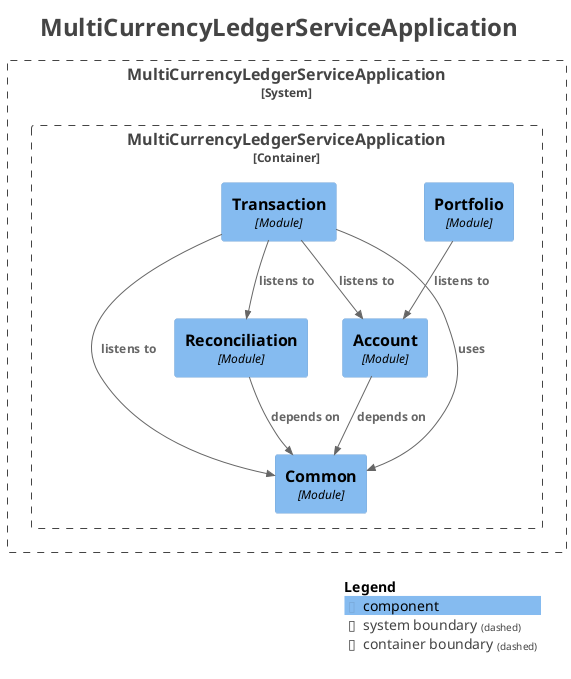
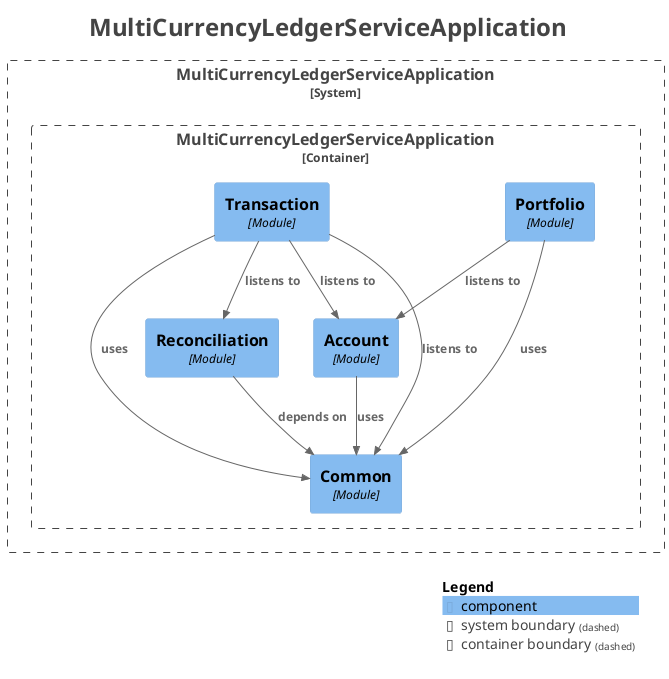
@startuml
title <size:24>MultiCurrencyLedgerServiceApplication</size>

set separator none
top to bottom direction

<style>
  root {
    BackgroundColor: #ffffff
    FontColor: #444444
  }
</style>

!include <C4/C4>
!include <C4/C4_Context>
!include <C4/C4_Component>

System_Boundary("MultiCurrencyLedgerServiceApplication_boundary", "MultiCurrencyLedgerServiceApplication", $tags="") {
  Container_Boundary("MultiCurrencyLedgerServiceApplication.MultiCurrencyLedgerServiceApplication_boundary", "MultiCurrencyLedgerServiceApplication", $tags="") {
    Component(MultiCurrencyLedgerServiceApplication.MultiCurrencyLedgerServiceApplication.Common, "Common", $techn="Module", $descr="", $tags="", $link="")
    Component(MultiCurrencyLedgerServiceApplication.MultiCurrencyLedgerServiceApplication.Account, "Account", $techn="Module", $descr="", $tags="", $link="")
    Component(MultiCurrencyLedgerServiceApplication.MultiCurrencyLedgerServiceApplication.Reconciliation, "Reconciliation", $techn="Module", $descr="", $tags="", $link="")
    Component(MultiCurrencyLedgerServiceApplication.MultiCurrencyLedgerServiceApplication.Portfolio, "Portfolio", $techn="Module", $descr="", $tags="", $link="")
    Component(MultiCurrencyLedgerServiceApplication.MultiCurrencyLedgerServiceApplication.Transaction, "Transaction", $techn="Module", $descr="", $tags="", $link="")
  }

}

+ Rel(MultiCurrencyLedgerServiceApplication.MultiCurrencyLedgerServiceApplication.Reconciliation, MultiCurrencyLedgerServiceApplication.MultiCurrencyLedgerServiceApplication.Common, "depends on", $techn="", $tags="", $link="")
+ Rel(MultiCurrencyLedgerServiceApplication.MultiCurrencyLedgerServiceApplication.Portfolio, MultiCurrencyLedgerServiceApplication.MultiCurrencyLedgerServiceApplication.Account, "listens to", $techn="", $tags="", $link="")
+ Rel(MultiCurrencyLedgerServiceApplication.MultiCurrencyLedgerServiceApplication.Portfolio, MultiCurrencyLedgerServiceApplication.MultiCurrencyLedgerServiceApplication.Common, "uses", $techn="", $tags="", $link="")
+ Rel(MultiCurrencyLedgerServiceApplication.MultiCurrencyLedgerServiceApplication.Transaction, MultiCurrencyLedgerServiceApplication.MultiCurrencyLedgerServiceApplication.Account, "listens to", $techn="", $tags="", $link="")
+ Rel(MultiCurrencyLedgerServiceApplication.MultiCurrencyLedgerServiceApplication.Transaction, MultiCurrencyLedgerServiceApplication.MultiCurrencyLedgerServiceApplication.Common, "listens to", $techn="", $tags="", $link="")
Rel(MultiCurrencyLedgerServiceApplication.MultiCurrencyLedgerServiceApplication.Transaction, MultiCurrencyLedgerServiceApplication.MultiCurrencyLedgerServiceApplication.Reconciliation, "listens to", $techn="", $tags="", $link="")
Rel(MultiCurrencyLedgerServiceApplication.MultiCurrencyLedgerServiceApplication.Transaction, MultiCurrencyLedgerServiceApplication.MultiCurrencyLedgerServiceApplication.Common, "uses", $techn="", $tags="", $link="")
- Rel(MultiCurrencyLedgerServiceApplication.MultiCurrencyLedgerServiceApplication.Account, MultiCurrencyLedgerServiceApplication.MultiCurrencyLedgerServiceApplication.Common, "depends on", $techn="", $tags="", $link="")
- Rel(MultiCurrencyLedgerServiceApplication.MultiCurrencyLedgerServiceApplication.Portfolio, MultiCurrencyLedgerServiceApplication.MultiCurrencyLedgerServiceApplication.Account, "listens to", $techn="", $tags="", $link="")
- Rel(MultiCurrencyLedgerServiceApplication.MultiCurrencyLedgerServiceApplication.Reconciliation, MultiCurrencyLedgerServiceApplication.MultiCurrencyLedgerServiceApplication.Common, "depends on", $techn="", $tags="", $link="")
- Rel(MultiCurrencyLedgerServiceApplication.MultiCurrencyLedgerServiceApplication.Transaction, MultiCurrencyLedgerServiceApplication.MultiCurrencyLedgerServiceApplication.Common, "listens to", $techn="", $tags="", $link="")
- Rel(MultiCurrencyLedgerServiceApplication.MultiCurrencyLedgerServiceApplication.Transaction, MultiCurrencyLedgerServiceApplication.MultiCurrencyLedgerServiceApplication.Account, "listens to", $techn="", $tags="", $link="")
+ Rel(MultiCurrencyLedgerServiceApplication.MultiCurrencyLedgerServiceApplication.Account, MultiCurrencyLedgerServiceApplication.MultiCurrencyLedgerServiceApplication.Common, "uses", $techn="", $tags="", $link="")

SHOW_LEGEND(true)
hide stereotypes
@enduml